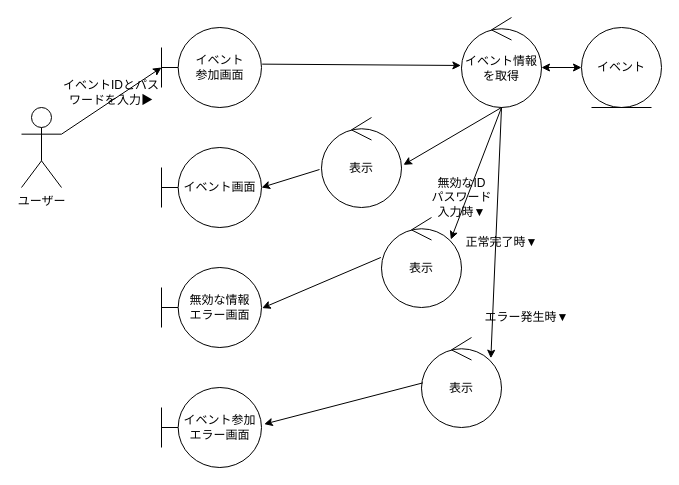
Above: page "イベント参加" (6 of 7) of out/ロバストネス図/ユーザー-ロバストネス図.drawio in ksw2270227/GroupF (draw.io), before the change. Source tidied: cells renumbered, new cells numbered last; positions are measured from the earlier drawing's top-left corner, leaving out a move shared by most shapes. Both pictures are drawn from the tidied source at 100%, with x=0, y=0 at pixel (21, 17).
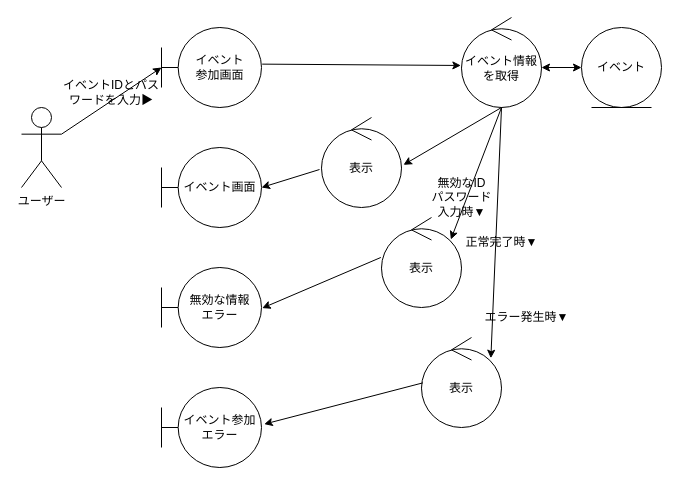
The same diagram, later.

What changed in the source:
```diff
@@
-    <mxCell id="6" value="無効な情報&lt;br&gt;エラー画面" style="shape=umlBoundary;whiteSpace=wrap;html=1;" parent="1" vertex="1">
+    <mxCell id="6" value="無効な情報&lt;br&gt;エラー" style="shape=umlBoundary;whiteSpace=wrap;html=1;" parent="1" vertex="1">
       <mxGeometry x="140" y="250" width="100" height="80" as="geometry" />
     </mxCell>
@@
-    <mxCell id="19" value="イベント参加&lt;br&gt;エラー画面" style="shape=umlBoundary;whiteSpace=wrap;html=1;" parent="1" vertex="1">
+    <mxCell id="19" value="イベント参加&lt;br&gt;エラー" style="shape=umlBoundary;whiteSpace=wrap;html=1;" parent="1" vertex="1">
       <mxGeometry x="140" y="370" width="100" height="80" as="geometry" />
     </mxCell>
```
